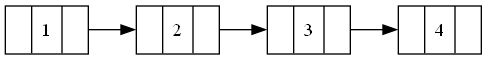
Earlier version of the Graphviz export Estructuras de Datos/lista_doble.png (FranklinONP/Taller-Estrucutas-de-Datos). Its source is kept beside it as Estructuras de Datos/lista_doble.dot. The source it was exported from:
```dot
digraph Lista_Doble {
    rankdir=LR;
    node [shape=record];
    nodo0 [label="{<ant> | 1 | <sig>}"];
    nodo1 [label="{<ant> | 2 | <sig>}"];
    nodo2 [label="{<ant> | 3 | <sig>}"];
    nodo3 [label="{<ant> | 4 | <sig>}"];
    nodo0:sig -> nodo1:ant;
    nodo1:sig -> nodo2:ant;
    nodo2:sig -> nodo3:ant;
}
```
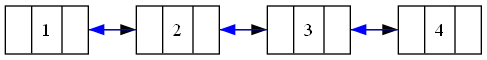
The same diagram one commit later.

Commit message:
las dos listas graficadas

What changed in the source:
```diff
@@ -8,4 +8,7 @@
     nodo0:sig -> nodo1:ant;
     nodo1:sig -> nodo2:ant;
     nodo2:sig -> nodo3:ant;
+    nodo1:ant -> nodo0:sig [color=blue];
+    nodo2:ant -> nodo1:sig [color=blue];
+    nodo3:ant -> nodo2:sig [color=blue];
 }
```
